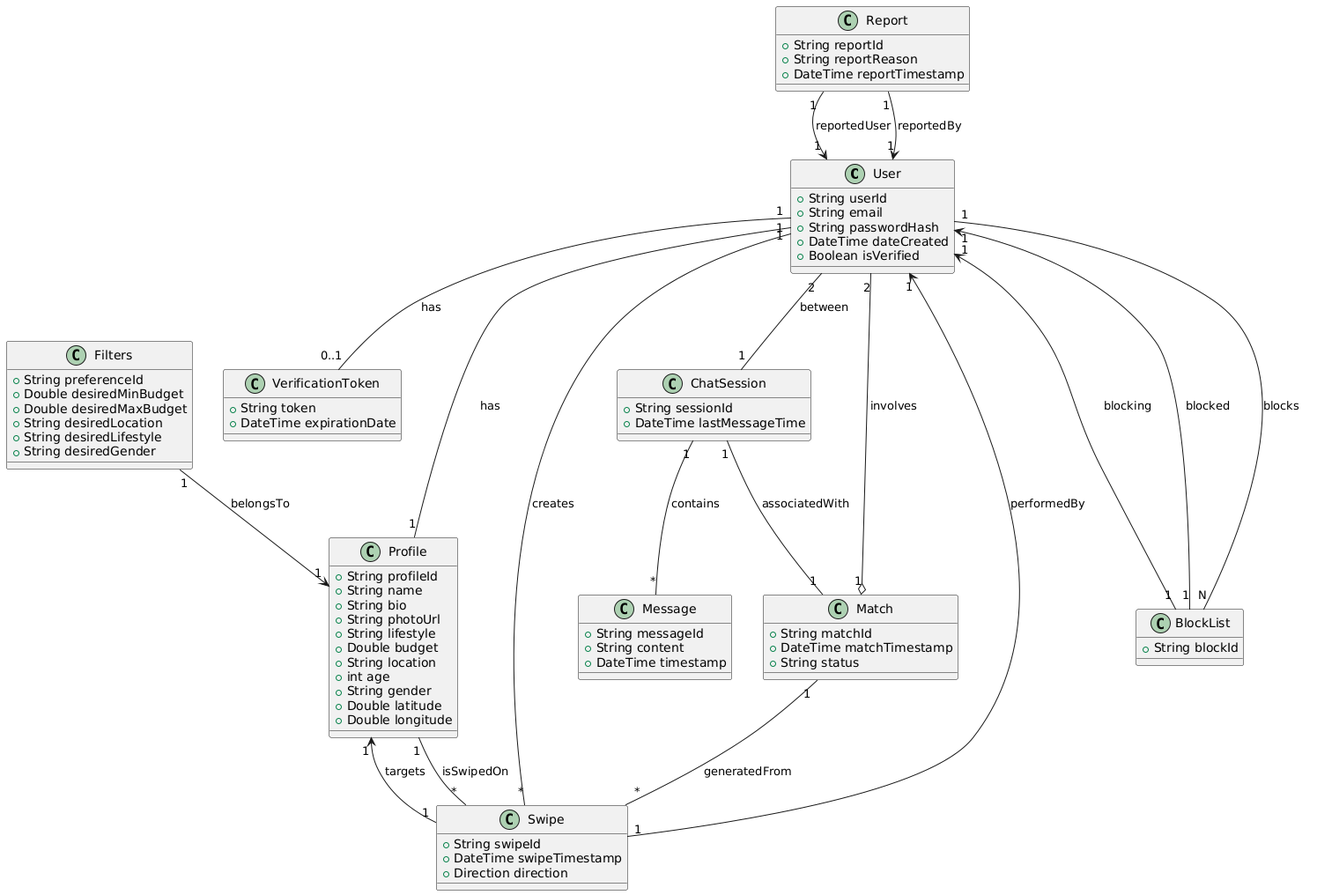
The PlantUML diagram domain_model.png in chrisgalanis/software_tech_ceid, before a commit.
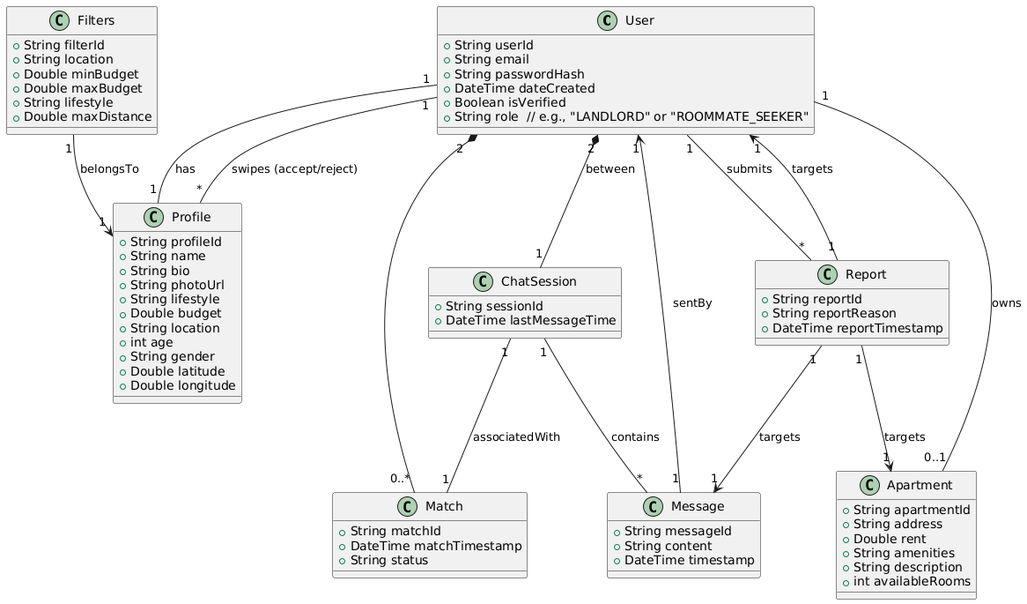
Later version of the same file.

Commit message:
removed wrong entities, fixed relations

What changed in the source:
```diff
@@ -5,11 +5,7 @@
     +String passwordHash
     +DateTime dateCreated
     +Boolean isVerified
-}
-
-class VerificationToken {
-    +String token
-    +DateTime expirationDate
+    +String role  // e.g., "LANDLORD" or "ROOMMATE_SEEKER"
 }
 
 class Profile {
@@ -27,19 +23,14 @@
 }
 
 class Filters {
-    +String preferenceId
-    +Double desiredMinBudget
-    +Double desiredMaxBudget
-    +String desiredLocation
-    +String desiredLifestyle
-    +String desiredGender
+    +String filterId
+    +String location
+    +Double minBudget
+    +Double maxBudget
+    +String lifestyle
+    +Double maxDistance
 }
 
-class Swipe {
-    +String swipeId
-    +DateTime swipeTimestamp
-    +Direction direction
-}
 
 class Match {
     +String matchId
@@ -64,33 +55,33 @@
     +DateTime reportTimestamp
 }
 
-class BlockList {
-    +String blockId
+class Apartment {
+    +String apartmentId
+    +String address
+    +Double rent
+    +String amenities
+    +String description
+    +int availableRooms
 }
 
+
 User "1" -- "1" Profile : has
-User "1" -- "*" Swipe : creates
-User "1" -- "0..1" VerificationToken : has
-User "1" --- "N" BlockList : blocks
-User "2" -- "1" ChatSession : between
+User "1" -- "*" Profile : swipes (accept/reject)
+User "2" *-down- "1" ChatSession : between
+User "1" -- "0..1" Apartment : owns
+User "1" -- "*" Report : submits
 
-Profile "1" -- "*" Swipe : isSwipedOn
 
 Filters "1" --> "1" Profile : belongsTo
 
-Swipe "1" --> "1" Profile : targets
-Swipe "1" --> "1" User : performedBy
-
-Match "1" o-- "2" User : involves
-Match "1" -- "*" Swipe : generatedFrom
+User "2" *-down- "0..*" Match
 
 ChatSession "1" -- "1" Match : associatedWith
 ChatSession "1" -- "*" Message : contains
 
+Message "1" --> "1" User : sentBy
 
-Report "1" --> "1" User : reportedUser
-Report "1" --> "1" User : reportedBy
-
-BlockList "1" --> "1" User : blocking
-BlockList "1" --> "1" User : blocked
+Report "1" --> "1" User : targets
+Report "1" --> "1" Apartment : targets
+Report "1" --> "1" Message : targets
 @enduml
```
